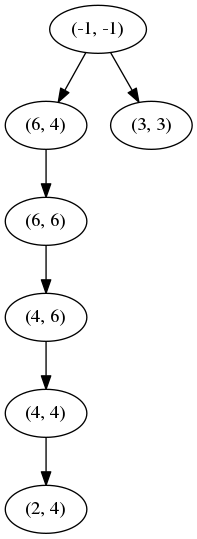
Earlier version of the Graphviz export toto.png (groupe25/LE_CHEMIN_DES_CHEFS). Its source is kept beside it as toto.dot.
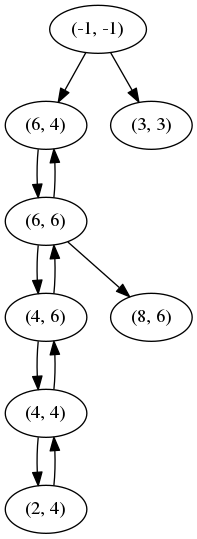
Later version of the same file.

Change to the diagram source:
```diff
@@ -3,13 +3,19 @@
 "(4, 4)";
 "(4, 6)";
 "(6, 6)";
+"(8, 6)";
 "(-1, -1)";
 "(2, 4)";
 "(3, 3)";
 "(6, 4)" -> "(6, 6)";
 "(4, 4)" -> "(2, 4)";
+"(4, 4)" -> "(4, 6)";
 "(4, 6)" -> "(4, 4)";
+"(4, 6)" -> "(6, 6)";
+"(6, 6)" -> "(6, 4)";
 "(6, 6)" -> "(4, 6)";
+"(6, 6)" -> "(8, 6)";
 "(-1, -1)" -> "(6, 4)";
 "(-1, -1)" -> "(3, 3)";
+"(2, 4)" -> "(4, 4)";
 }
```
